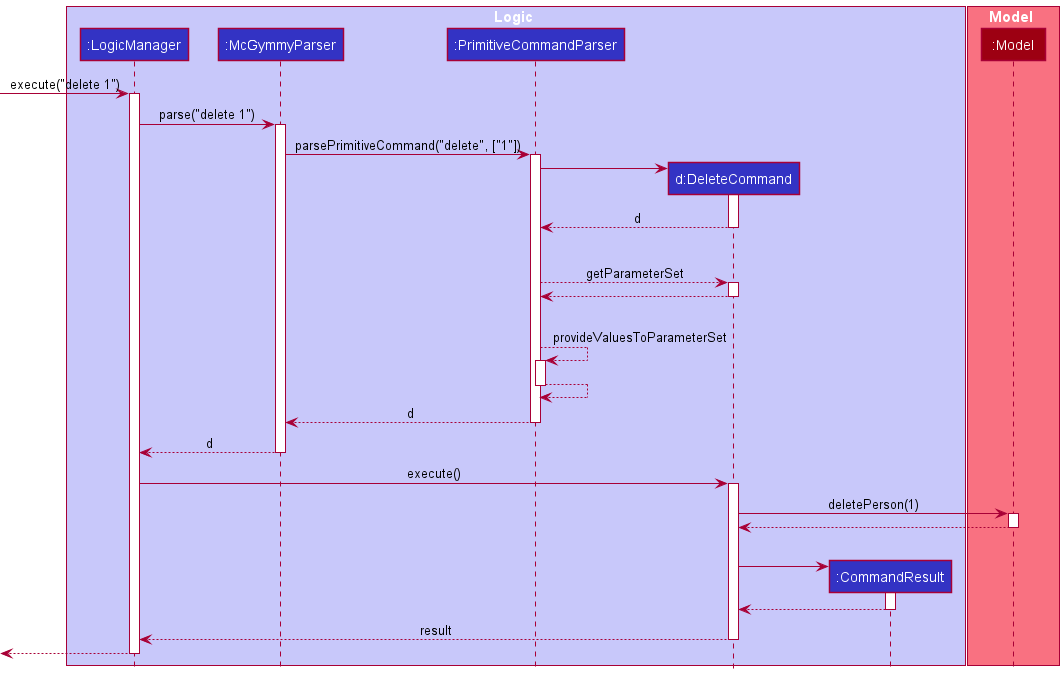
The PlantUML diagram docs/images/DeleteSequenceDiagram.png in nus-cs2103-AY2021S1/tp, before a commit. Source of this version:
```plantuml
@startuml
!include style.puml

box Logic LOGIC_COLOR_T1
participant ":LogicManager" as LogicManager LOGIC_COLOR
participant ":McGymmyParser" as McGymmyParser LOGIC_COLOR
participant ":PrimitiveCommandParser" as PrimitiveCommandParser LOGIC_COLOR
participant "d:DeleteCommand" as DeleteCommand LOGIC_COLOR
participant ":CommandResult" as CommandResult LOGIC_COLOR
end box

box Model MODEL_COLOR_T1
participant ":Model" as Model MODEL_COLOR
end box

[-> LogicManager : execute("delete 1")
activate LogicManager

LogicManager -> McGymmyParser : parse("delete 1")
activate McGymmyParser

McGymmyParser -> PrimitiveCommandParser : parsePrimitiveCommand("delete", ["1"])
activate PrimitiveCommandParser

create DeleteCommand
PrimitiveCommandParser -> DeleteCommand
activate DeleteCommand

DeleteCommand --> PrimitiveCommandParser : d
deactivate DeleteCommand

|||

PrimitiveCommandParser --> DeleteCommand : getParameterSet
activate DeleteCommand
DeleteCommand --> PrimitiveCommandParser
deactivate DeleteCommand

|||

PrimitiveCommandParser --> PrimitiveCommandParser : provideValuesToParameterSet
activate PrimitiveCommandParser
PrimitiveCommandParser --> PrimitiveCommandParser
deactivate PrimitiveCommandParser

PrimitiveCommandParser --> McGymmyParser : d
deactivate PrimitiveCommandParser

McGymmyParser --> LogicManager : d
deactivate McGymmyParser

LogicManager -> DeleteCommand : execute()
activate DeleteCommand

DeleteCommand -> Model : deletePerson(1)
activate Model

Model --> DeleteCommand
deactivate Model

|||

create CommandResult
DeleteCommand -> CommandResult
activate CommandResult

CommandResult --> DeleteCommand
deactivate CommandResult

DeleteCommand --> LogicManager : result
deactivate DeleteCommand

[<--LogicManager
deactivate LogicManager
@enduml
```
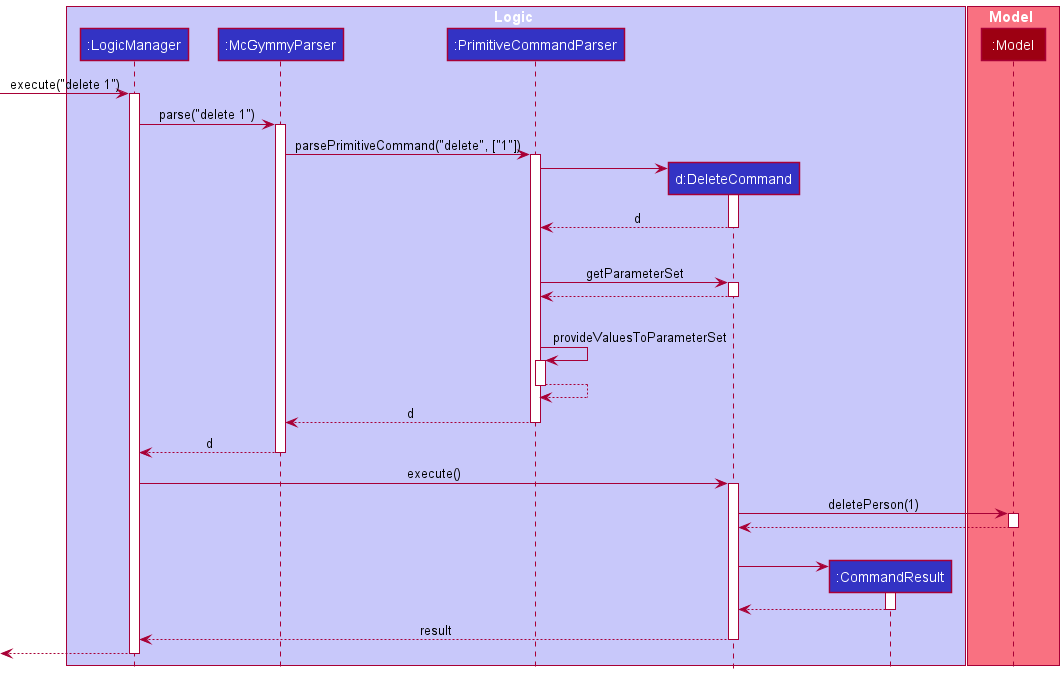
Above is the later version.

Commit message:
Update sequence diagrams

The edit, as a diff of the source:
```diff
@@ -31,14 +31,14 @@
 
 |||
 
-PrimitiveCommandParser --> DeleteCommand : getParameterSet
+PrimitiveCommandParser -> DeleteCommand : getParameterSet
 activate DeleteCommand
 DeleteCommand --> PrimitiveCommandParser
 deactivate DeleteCommand
 
 |||
 
-PrimitiveCommandParser --> PrimitiveCommandParser : provideValuesToParameterSet
+PrimitiveCommandParser -> PrimitiveCommandParser : provideValuesToParameterSet
 activate PrimitiveCommandParser
 PrimitiveCommandParser --> PrimitiveCommandParser
 deactivate PrimitiveCommandParser
```
